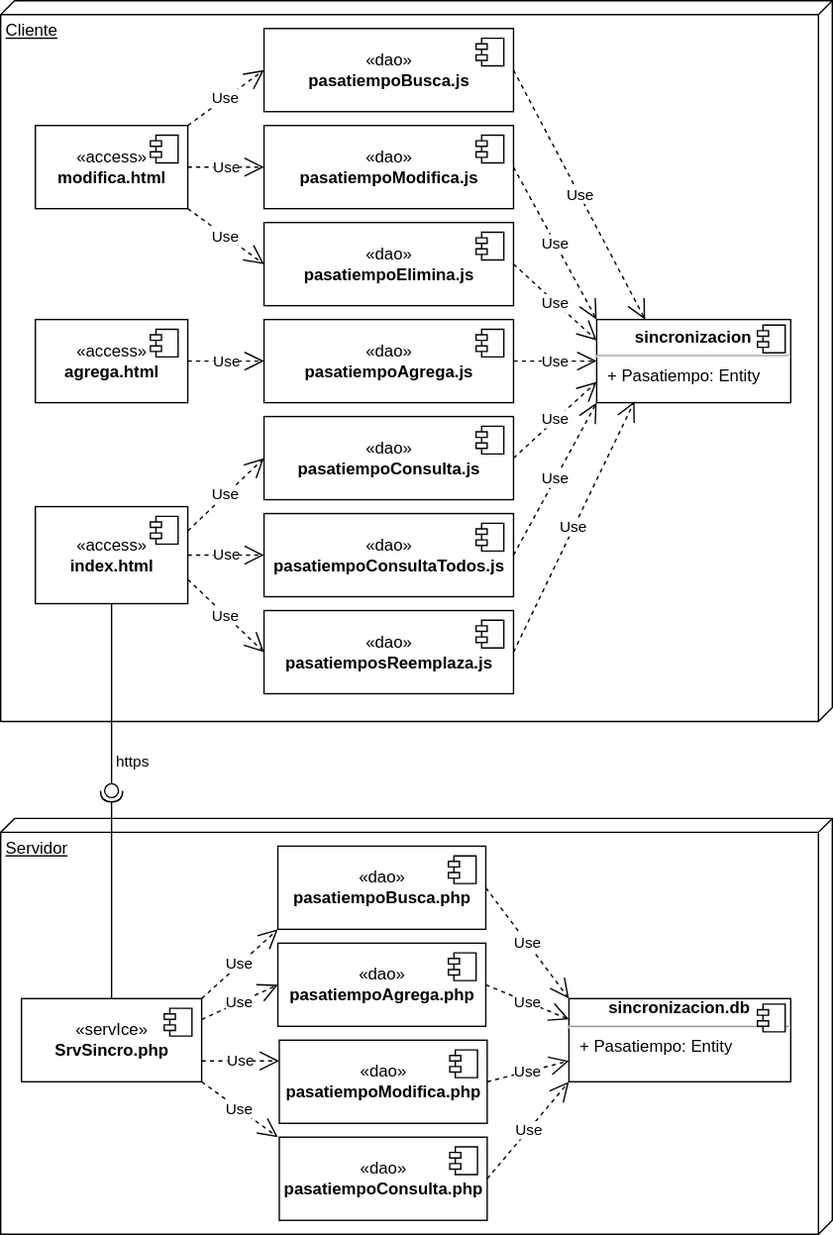
Before: docs/img/m11sincro/sincrodistribucion.drawio.svg, a diagram exported from draw.io (gilpgdm/gilpgdm.github.io). Source tidied: cells renumbered, new cells last; positions are measured from the earlier drawing's top-left corner, leaving out a move shared by most shapes.
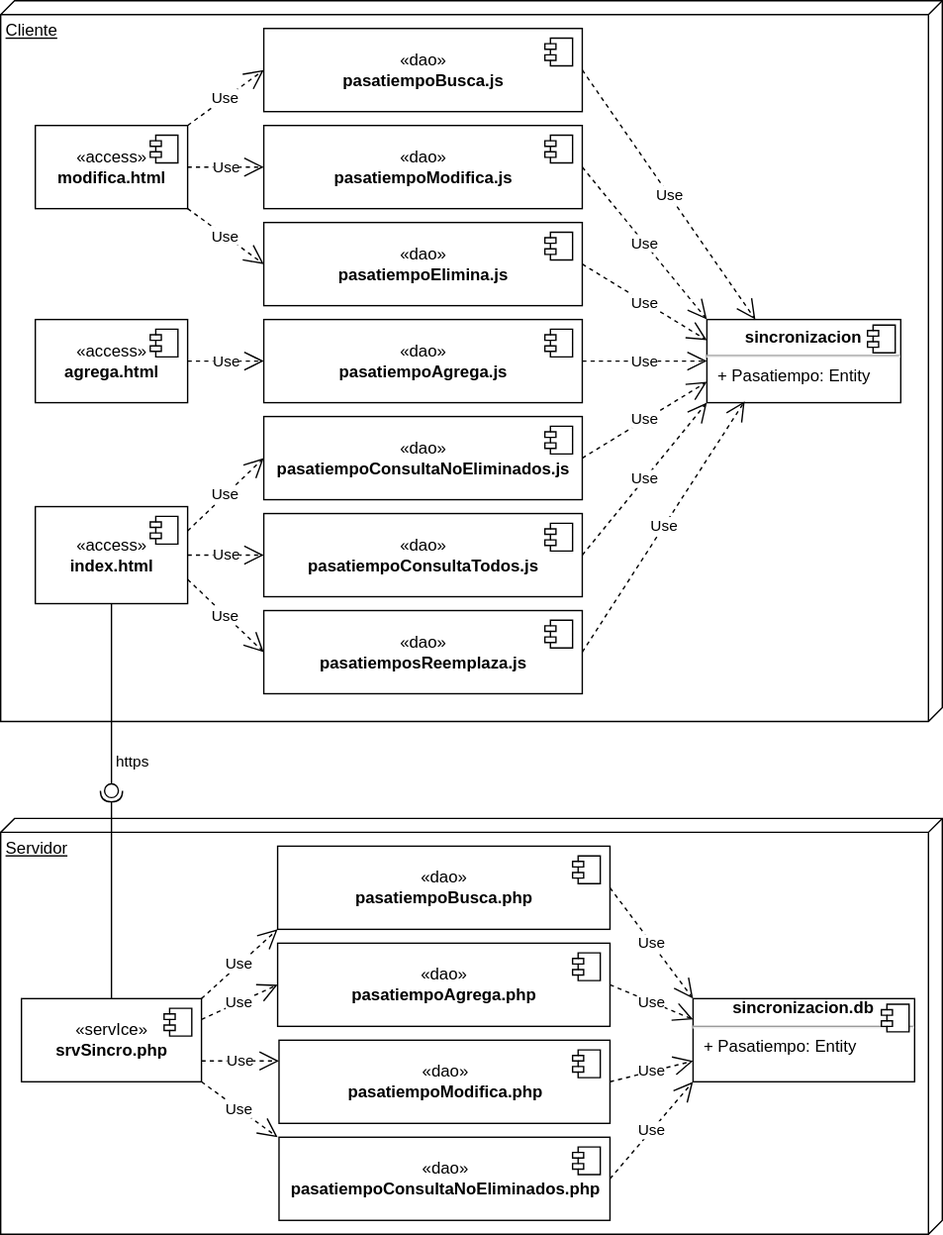
Above is the later version.

Change to the diagram source:
```diff
@@ -3,7 +3,7 @@
     <mxCell id="0" />
     <mxCell id="1" parent="0" />
     <mxCell id="2" value="Cliente" style="verticalAlign=top;align=left;spacingTop=8;spacingLeft=2;spacingRight=12;shape=cube;size=10;direction=south;fontStyle=4;html=1;" parent="1" vertex="1">
-      <mxGeometry width="600" height="520" as="geometry" />
+      <mxGeometry width="680" height="520" as="geometry" />
     </mxCell>
     <mxCell id="3" value="«access»&lt;br&gt;&lt;b&gt;index.html&lt;/b&gt;" style="html=1;" parent="1" vertex="1">
       <mxGeometry x="25" y="365" width="110" height="70" as="geometry" />
@@ -14,7 +14,7 @@
       </mxGeometry>
     </mxCell>
     <mxCell id="5" value="«dao»&lt;br&gt;&lt;b&gt;pasatiempoModifica.js&lt;/b&gt;" style="html=1;" parent="1" vertex="1">
-      <mxGeometry x="190" y="90" width="180" height="60" as="geometry" />
+      <mxGeometry x="190" y="90" width="230" height="60" as="geometry" />
     </mxCell>
     <mxCell id="6" style="shape=module;jettyWidth=8;jettyHeight=4;" parent="5" vertex="1">
       <mxGeometry x="1" width="20" height="20" relative="1" as="geometry">
@@ -22,15 +22,15 @@
       </mxGeometry>
     </mxCell>
     <mxCell id="7" value="«dao»&lt;br&gt;&lt;b&gt;pasatiempoElimina.js&lt;/b&gt;" style="html=1;" parent="1" vertex="1">
-      <mxGeometry x="190" y="160" width="180" height="60" as="geometry" />
+      <mxGeometry x="190" y="160" width="230" height="60" as="geometry" />
     </mxCell>
     <mxCell id="8" style="shape=module;jettyWidth=8;jettyHeight=4;" parent="7" vertex="1">
       <mxGeometry x="1" width="20" height="20" relative="1" as="geometry">
         <mxPoint x="-27" y="7" as="offset" />
       </mxGeometry>
     </mxCell>
-    <mxCell id="9" value="«dao»&lt;br&gt;&lt;b&gt;pasatiempoConsulta.js&lt;/b&gt;" style="html=1;" parent="1" vertex="1">
-      <mxGeometry x="190" y="300" width="180" height="60" as="geometry" />
+    <mxCell id="9" value="«dao»&lt;br&gt;&lt;b&gt;pasatiempoConsultaNoEliminados.js&lt;/b&gt;" style="html=1;" parent="1" vertex="1">
+      <mxGeometry x="190" y="300" width="230" height="60" as="geometry" />
     </mxCell>
     <mxCell id="10" style="shape=module;jettyWidth=8;jettyHeight=4;" parent="9" vertex="1">
       <mxGeometry x="1" width="20" height="20" relative="1" as="geometry">
@@ -62,7 +62,7 @@
       <mxGeometry relative="1" as="geometry" />
     </mxCell>
     <mxCell id="19" value="&lt;p style=&quot;margin:0px;margin-top:6px;text-align:center;&quot;&gt;&lt;b&gt;sincronizacion&lt;/b&gt;&lt;br&gt;&lt;/p&gt;&lt;hr&gt;&lt;p style=&quot;margin:0px;margin-left:8px;&quot;&gt;+ Pasatiempo: Entity&lt;/p&gt;" style="align=left;overflow=fill;html=1;" parent="1" vertex="1">
-      <mxGeometry x="430" y="230" width="140" height="60" as="geometry" />
+      <mxGeometry x="510" y="230" width="140" height="60" as="geometry" />
     </mxCell>
     <mxCell id="20" style="shape=component;jettyWidth=8;jettyHeight=4;" parent="19" vertex="1">
       <mxGeometry x="1" width="20" height="20" relative="1" as="geometry">
@@ -70,7 +70,7 @@
       </mxGeometry>
     </mxCell>
     <mxCell id="21" value="«dao»&lt;br&gt;&lt;b&gt;pasatiempoAgrega.js&lt;/b&gt;" style="html=1;" parent="1" vertex="1">
-      <mxGeometry x="190" y="230" width="180" height="60" as="geometry" />
+      <mxGeometry x="190" y="230" width="230" height="60" as="geometry" />
     </mxCell>
     <mxCell id="22" style="shape=module;jettyWidth=8;jettyHeight=4;" parent="21" vertex="1">
       <mxGeometry x="1" width="20" height="20" relative="1" as="geometry">
@@ -78,7 +78,7 @@
       </mxGeometry>
     </mxCell>
     <mxCell id="23" value="«dao»&lt;br&gt;&lt;b&gt;pasatiempoBusca.js&lt;/b&gt;" style="html=1;" parent="1" vertex="1">
-      <mxGeometry x="190" y="20" width="180" height="60" as="geometry" />
+      <mxGeometry x="190" y="20" width="230" height="60" as="geometry" />
     </mxCell>
     <mxCell id="24" style="shape=module;jettyWidth=8;jettyHeight=4;" parent="23" vertex="1">
       <mxGeometry x="1" width="20" height="20" relative="1" as="geometry">
@@ -98,9 +98,9 @@
       <mxGeometry relative="1" as="geometry" />
     </mxCell>
     <mxCell id="29" value="Servidor" style="verticalAlign=top;align=left;spacingTop=8;spacingLeft=2;spacingRight=12;shape=cube;size=10;direction=south;fontStyle=4;html=1;" parent="1" vertex="1">
-      <mxGeometry y="590" width="600" height="300" as="geometry" />
+      <mxGeometry y="590" width="680" height="300" as="geometry" />
     </mxCell>
-    <mxCell id="30" value="«servIce»&lt;br&gt;&lt;b&gt;SrvSincro.php&lt;/b&gt;" style="html=1;" parent="1" vertex="1">
+    <mxCell id="30" value="«servIce»&lt;br&gt;&lt;b&gt;srvSincro.php&lt;/b&gt;" style="html=1;" parent="1" vertex="1">
       <mxGeometry x="15" y="720" width="130" height="60" as="geometry" />
     </mxCell>
     <mxCell id="31" style="shape=module;jettyWidth=8;jettyHeight=4;" parent="30" vertex="1">
@@ -109,15 +109,15 @@
       </mxGeometry>
     </mxCell>
     <mxCell id="32" value="«dao»&lt;br&gt;&lt;b&gt;pasatiempoModifica.php&lt;/b&gt;" style="html=1;" parent="1" vertex="1">
-      <mxGeometry x="201" y="750" width="150" height="60" as="geometry" />
+      <mxGeometry x="201" y="750" width="239" height="60" as="geometry" />
     </mxCell>
     <mxCell id="33" style="shape=module;jettyWidth=8;jettyHeight=4;" parent="32" vertex="1">
       <mxGeometry x="1" width="20" height="20" relative="1" as="geometry">
         <mxPoint x="-27" y="7" as="offset" />
       </mxGeometry>
     </mxCell>
-    <mxCell id="34" value="«dao»&lt;br&gt;&lt;b&gt;pasatiempoConsulta.php&lt;/b&gt;" style="html=1;" parent="1" vertex="1">
-      <mxGeometry x="201" y="820" width="150" height="60" as="geometry" />
+    <mxCell id="34" value="«dao»&lt;br&gt;&lt;b&gt;pasatiempoConsultaNoEliminados.php&lt;/b&gt;" style="html=1;" parent="1" vertex="1">
+      <mxGeometry x="201" y="820" width="239" height="60" as="geometry" />
     </mxCell>
     <mxCell id="35" style="shape=module;jettyWidth=8;jettyHeight=4;" parent="34" vertex="1">
       <mxGeometry x="1" width="20" height="20" relative="1" as="geometry">
@@ -142,7 +142,7 @@
       <mxGeometry relative="1" as="geometry" />
     </mxCell>
     <mxCell id="41" value="&lt;div style=&quot;text-align: center;&quot;&gt;&lt;b&gt;sincronizacion&lt;/b&gt;&lt;b style=&quot;background-color: initial;&quot;&gt;.db&lt;/b&gt;&lt;/div&gt;&lt;hr&gt;&lt;p style=&quot;margin:0px;margin-left:8px;&quot;&gt;+ Pasatiempo: Entity&lt;/p&gt;" style="align=left;overflow=fill;html=1;" parent="1" vertex="1">
-      <mxGeometry x="410" y="720" width="160" height="60" as="geometry" />
+      <mxGeometry x="500" y="720" width="160" height="60" as="geometry" />
     </mxCell>
     <mxCell id="42" style="shape=component;jettyWidth=8;jettyHeight=4;" parent="41" vertex="1">
       <mxGeometry x="1" width="20" height="20" relative="1" as="geometry">
@@ -150,7 +150,7 @@
       </mxGeometry>
     </mxCell>
     <mxCell id="43" value="«dao»&lt;br&gt;&lt;b&gt;pasatiempoAgrega.php&lt;/b&gt;" style="html=1;" parent="1" vertex="1">
-      <mxGeometry x="200" y="680" width="150" height="60" as="geometry" />
+      <mxGeometry x="200" y="680" width="240" height="60" as="geometry" />
     </mxCell>
     <mxCell id="44" style="shape=module;jettyWidth=8;jettyHeight=4;" parent="43" vertex="1">
       <mxGeometry x="1" width="20" height="20" relative="1" as="geometry">
@@ -158,7 +158,7 @@
       </mxGeometry>
     </mxCell>
     <mxCell id="45" value="«dao»&lt;br&gt;&lt;b&gt;pasatiempoBusca.php&lt;/b&gt;" style="html=1;" parent="1" vertex="1">
-      <mxGeometry x="200" y="610" width="150" height="60" as="geometry" />
+      <mxGeometry x="200" y="610" width="240" height="60" as="geometry" />
     </mxCell>
     <mxCell id="46" style="shape=module;jettyWidth=8;jettyHeight=4;" parent="45" vertex="1">
       <mxGeometry x="1" width="20" height="20" relative="1" as="geometry">
@@ -194,7 +194,7 @@
       </mxGeometry>
     </mxCell>
     <mxCell id="55" value="«dao»&lt;br&gt;&lt;b&gt;pasatiempoConsultaTodos.js&lt;/b&gt;" style="html=1;" parent="1" vertex="1">
-      <mxGeometry x="190" y="370" width="180" height="60" as="geometry" />
+      <mxGeometry x="190" y="370" width="230" height="60" as="geometry" />
     </mxCell>
     <mxCell id="56" style="shape=module;jettyWidth=8;jettyHeight=4;" parent="55" vertex="1">
       <mxGeometry x="1" width="20" height="20" relative="1" as="geometry">
@@ -208,7 +208,7 @@
       <mxGeometry relative="1" as="geometry" />
     </mxCell>
     <mxCell id="59" value="«dao»&lt;br&gt;&lt;b&gt;pasatiemposReemplaza.js&lt;/b&gt;" style="html=1;" parent="1" vertex="1">
-      <mxGeometry x="190" y="440" width="180" height="60" as="geometry" />
+      <mxGeometry x="190" y="440" width="230" height="60" as="geometry" />
     </mxCell>
     <mxCell id="60" style="shape=module;jettyWidth=8;jettyHeight=4;" parent="59" vertex="1">
       <mxGeometry x="1" width="20" height="20" relative="1" as="geometry">
```
